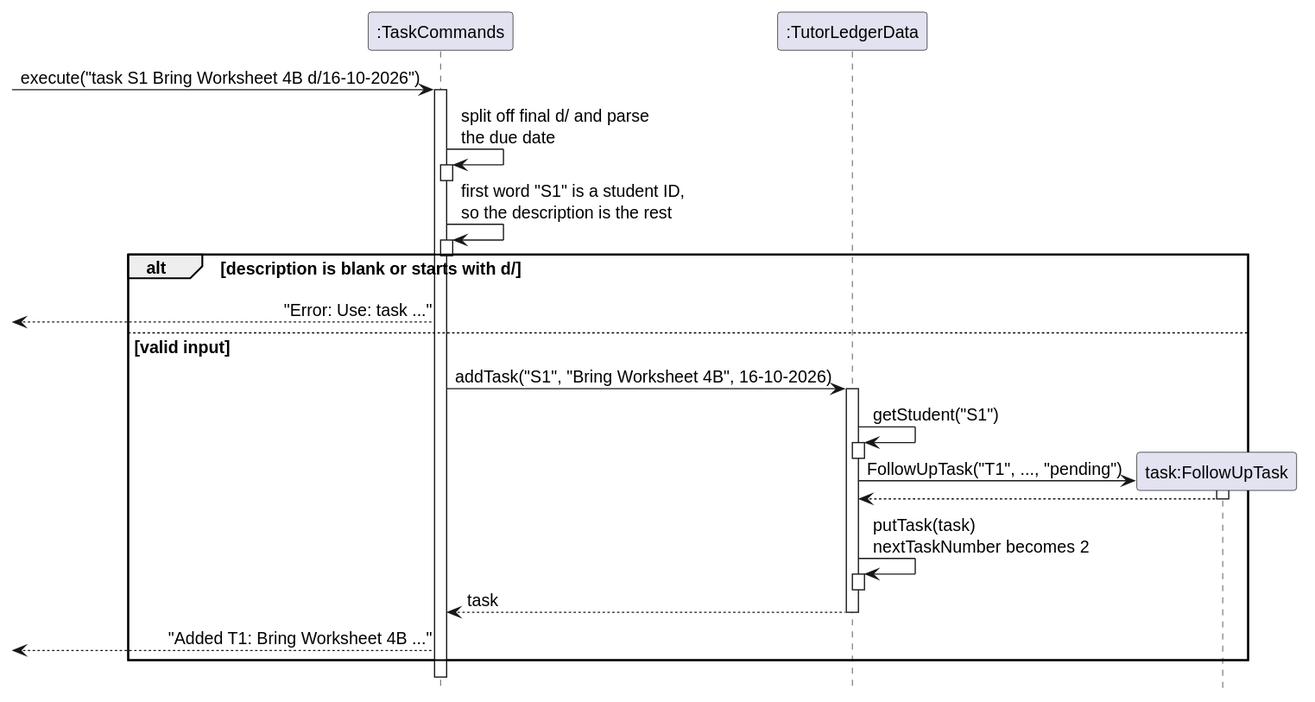
Earlier version of the PlantUML export docs/diagrams/followup-add-sequence.svg (AY2627S1-CS2113-W12-2/tp).
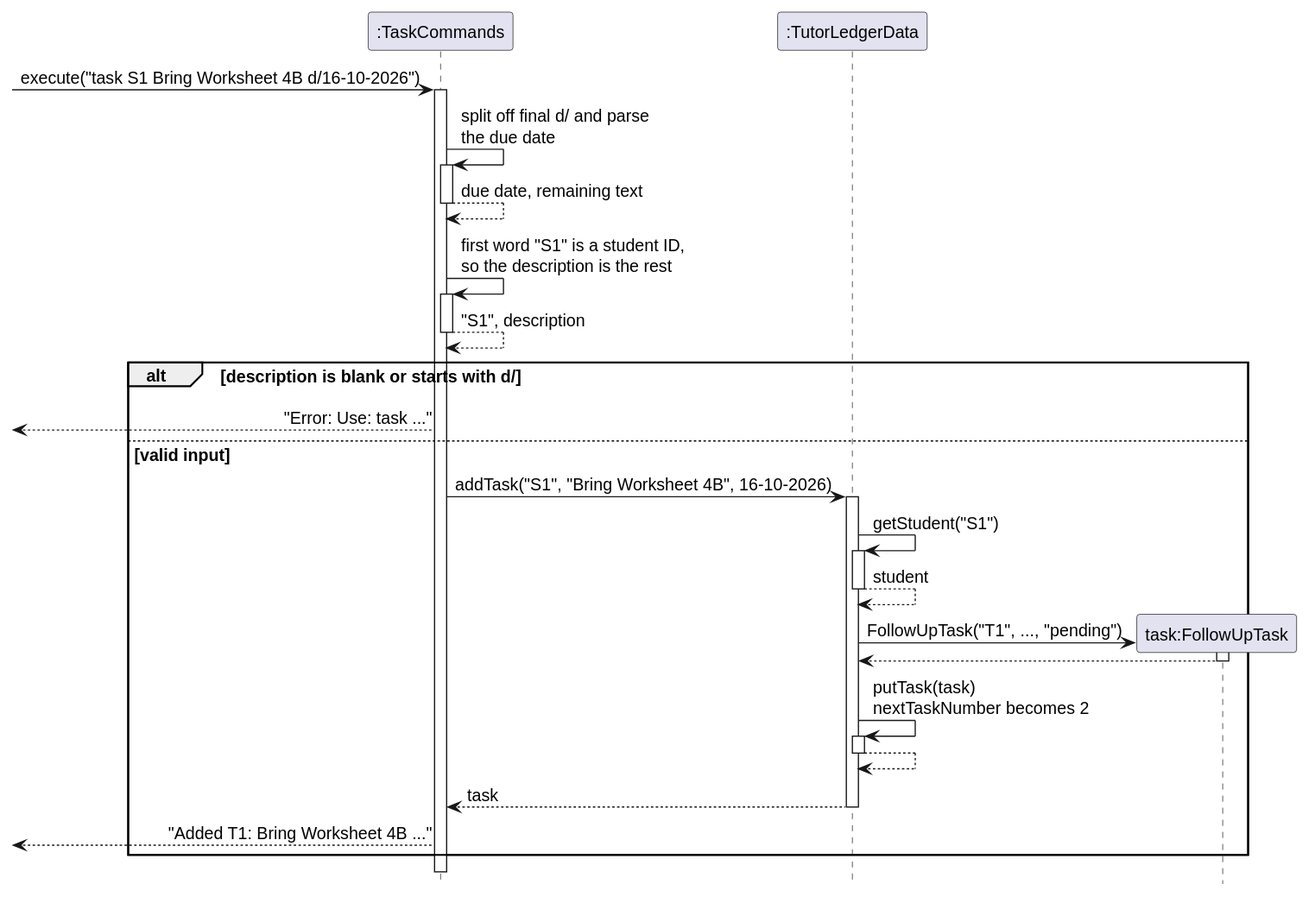
The same file after the commit.

Diff of the diagram source:
```diff
@@ -12,10 +12,12 @@
 
 Commands -> Commands : split off final d/ and parse\nthe due date
 activate Commands
+Commands --> Commands : due date, remaining text
 deactivate Commands
 
 Commands -> Commands : first word "S1" is a student ID,\nso the description is the rest
 activate Commands
+Commands --> Commands : "S1", description
 deactivate Commands
 
 alt description is blank or starts with d/
@@ -25,6 +27,7 @@
   activate Data
   Data -> Data : getStudent("S1")
   activate Data
+  Data --> Data : student
   deactivate Data
   create "task:FollowUpTask" as Task
   Data -> Task : FollowUpTask("T1", ..., "pending")
@@ -33,6 +36,7 @@
   deactivate Task
   Data -> Data : putTask(task)\nnextTaskNumber becomes 2
   activate Data
+  Data --> Data
   deactivate Data
   Data --> Commands : task
   deactivate Data
```
